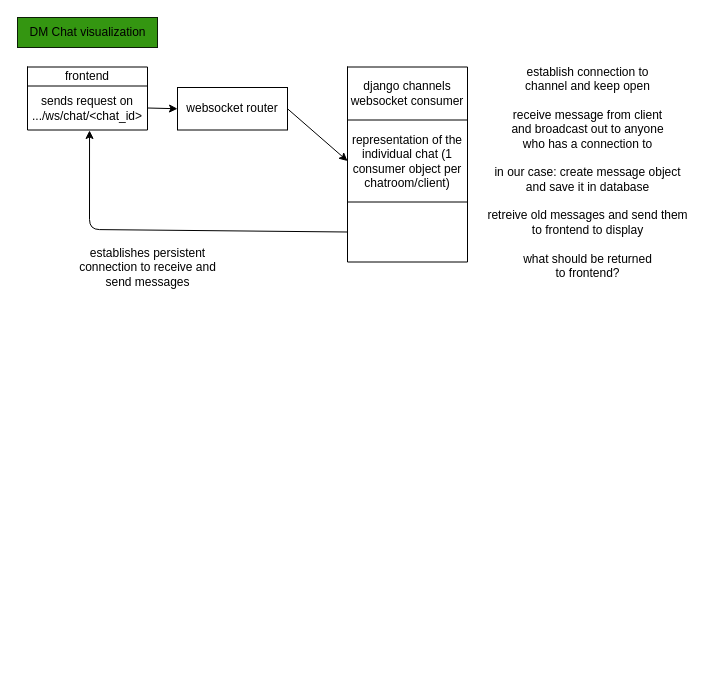
The draw.io diagram docs/dm_chat.drawio in vasilisalmpanis/ft_trancendence, before the edit. Source tidied: cells renumbered, new cells numbered last; positions are measured from the earlier drawing's top-left corner, leaving out a move shared by most shapes. Both pictures are drawn from the tidied source at 100%, with x=0, y=0 at pixel (17, 17).
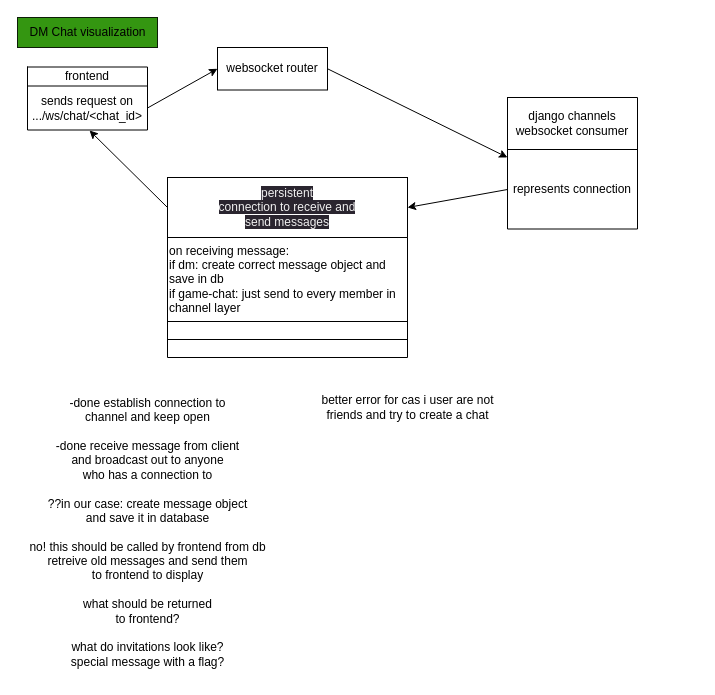
The same diagram, later.

Commit message (it also covers changes not shown here):
chat ws consumer update

Unchanged cells that the change refers to:
```xml
<mxCell id="8" style="shape=tableRow;horizontal=0;startSize=0;swimlaneHead=0;swimlaneBody=0;top=0;left=0;bottom=0;right=0;fillColor=none;points=[[0,0.5],[1,0.5]];portConstraint=eastwest;shadow=0;" parent="5" vertex="1">
  <mxGeometry y="19" width="120" height="44" as="geometry" />
</mxCell>
```

Change to the diagram source:
```diff
@@
-    <mxCell id="3" style="edgeStyle=none;html=1;exitX=1;exitY=0.5;exitDx=0;exitDy=0;entryX=0;entryY=0.5;entryDx=0;entryDy=0;" parent="1" edge="1" source="4" target="13">
+    <mxCell id="3" style="edgeStyle=none;html=1;exitX=1;exitY=0.5;exitDx=0;exitDy=0;" parent="1" edge="1" source="4" target="13">
       <mxGeometry relative="1" as="geometry" />
     </mxCell>
     <mxCell id="4" value="websocket router" style="whiteSpace=wrap;html=1;shadow=0;" parent="1" vertex="1">
-      <mxGeometry x="160" y="70" width="110" height="42.5" as="geometry" />
+      <mxGeometry x="200" y="30" width="110" height="42.5" as="geometry" />
     </mxCell>
@@
     <mxCell id="10" style="shape=table;startSize=0;childLayout=tableLayout;shadow=0;" parent="1" vertex="1">
-      <mxGeometry x="330" y="49.5" width="120" height="195" as="geometry" />
+      <mxGeometry x="490" y="80" width="130" height="131.5" as="geometry" />
     </mxCell>
     <mxCell id="11" style="shape=tableRow;horizontal=0;startSize=0;swimlaneHead=0;swimlaneBody=0;top=0;left=0;bottom=0;right=0;fillColor=none;shadow=0;" parent="10" vertex="1">
-      <mxGeometry width="120" height="53" as="geometry" />
+      <mxGeometry width="130" height="52" as="geometry" />
     </mxCell>
     <mxCell id="12" value="django channels websocket consumer" style="shape=partialRectangle;html=1;whiteSpace=wrap;overflow=hidden;fillColor=none;top=0;left=0;bottom=0;right=0;shadow=0;" parent="11" vertex="1">
-      <mxGeometry width="120" height="53" as="geometry" />
+      <mxGeometry width="130" height="52" as="geometry" />
     </mxCell>
     <mxCell id="13" style="shape=tableRow;horizontal=0;startSize=0;swimlaneHead=0;swimlaneBody=0;top=0;left=0;bottom=0;right=0;fillColor=none;points=[[0,0.5],[1,0.5]];portConstraint=eastwest;shadow=0;" parent="10" vertex="1">
-      <mxGeometry y="53" width="120" height="82" as="geometry" />
+      <mxGeometry y="52" width="130" height="80" as="geometry" />
     </mxCell>
-    <mxCell id="14" value="representation of the&lt;br&gt;individual chat (1 consumer object per chatroom/client)" style="shape=partialRectangle;html=1;whiteSpace=wrap;overflow=hidden;fillColor=none;top=0;left=0;bottom=0;right=0;shadow=0;" parent="13" vertex="1">
-      <mxGeometry width="120" height="82" as="geometry" />
+    <mxCell id="14" value="represents connection" style="shape=partialRectangle;html=1;whiteSpace=wrap;overflow=hidden;fillColor=none;top=0;left=0;bottom=0;right=0;shadow=0;" parent="13" vertex="1">
+      <mxGeometry width="130" height="80" as="geometry" />
     </mxCell>
-    <mxCell id="15" style="shape=tableRow;horizontal=0;startSize=0;swimlaneHead=0;swimlaneBody=0;top=0;left=0;bottom=0;right=0;fillColor=none;points=[[0,0.5],[1,0.5]];portConstraint=eastwest;shadow=0;" parent="10" vertex="1">
-      <mxGeometry y="135" width="120" height="60" as="geometry" />
-    </mxCell>
-    <mxCell id="16" style="shape=partialRectangle;html=1;whiteSpace=wrap;overflow=hidden;fillColor=none;top=0;left=0;bottom=0;right=0;shadow=0;" parent="15" vertex="1">
-      <mxGeometry width="120" height="60" as="geometry" />
-    </mxCell>
-    <mxCell id="17" value="establish connection to&lt;br&gt;channel and keep open&lt;br&gt;&lt;br&gt;receive message from client&lt;br&gt;and broadcast out to anyone&lt;br&gt;who has a connection to&lt;br&gt;&lt;br&gt;in our case: create message object&lt;br&gt;and save it in database&lt;br&gt;&lt;br&gt;retreive old messages and send them&lt;br&gt;to frontend to display&lt;br&gt;&lt;br&gt;what should be returned&lt;br&gt;to frontend?" style="text;html=1;align=center;verticalAlign=middle;strokeColor=none;fillColor=none;shadow=0;" parent="1" vertex="1">
-      <mxGeometry x="460" y="40" width="220" height="230" as="geometry" />
+    <mxCell id="17" value="-done establish connection to&lt;br&gt;channel and keep open&lt;br&gt;&lt;br&gt;-done receive message from client&lt;br&gt;and broadcast out to anyone&lt;br&gt;who has a connection to&lt;br&gt;&lt;br&gt;??in our case: create message object&lt;br&gt;and save it in database&lt;br&gt;&lt;br&gt;no! this should be called by frontend from db&lt;br&gt;retreive old messages and send them&lt;br&gt;to frontend to display&lt;br&gt;&lt;br&gt;what should be returned&lt;br&gt;to frontend?&lt;br&gt;&lt;br&gt;what do invitations look like? &lt;br&gt;special message with a flag?" style="text;html=1;align=center;verticalAlign=middle;strokeColor=none;fillColor=none;shadow=0;" parent="1" vertex="1">
+      <mxGeometry y="370" width="260" height="290" as="geometry" />
     </mxCell>
@@
-    <mxCell id="19" style="edgeStyle=none;html=1;exitX=0;exitY=0.5;exitDx=0;exitDy=0;entryX=0.517;entryY=1.011;entryDx=0;entryDy=0;entryPerimeter=0;" parent="1" edge="1" source="15" target="8">
-      <mxGeometry relative="1" as="geometry">
-        <Array as="points">
-          <mxPoint x="72" y="212" />
-        </Array>
-      </mxGeometry>
+    <mxCell id="19" style="edgeStyle=none;html=1;exitX=0;exitY=0.5;exitDx=0;exitDy=0;entryX=0.517;entryY=1.011;entryDx=0;entryDy=0;entryPerimeter=0;startArrow=none;" parent="1" edge="1" source="21" target="8">
+      <mxGeometry relative="1" as="geometry" />
     </mxCell>
-    <mxCell id="20" value="establishes persistent&lt;br&gt;connection to receive and&lt;br&gt;send messages" style="text;html=1;align=center;verticalAlign=middle;strokeColor=none;fillColor=none;" parent="1" vertex="1">
-      <mxGeometry x="50" y="220" width="160" height="60" as="geometry" />
-    </mxCell>
+    <mxCell id="21" value="&lt;span style=&quot;color: rgb(240, 240, 240); font-family: Helvetica; font-size: 12px; font-style: normal; font-variant-ligatures: normal; font-variant-caps: normal; font-weight: 400; letter-spacing: normal; orphans: 2; text-align: center; text-indent: 0px; text-transform: none; widows: 2; word-spacing: 0px; -webkit-text-stroke-width: 0px; background-color: rgb(42, 37, 47); text-decoration-thickness: initial; text-decoration-style: initial; text-decoration-color: initial; float: none; display: inline !important;&quot;&gt;persistent&lt;/span&gt;&lt;br style=&quot;border-color: rgb(0, 0, 0); color: rgb(240, 240, 240); font-family: Helvetica; font-size: 12px; font-style: normal; font-variant-ligatures: normal; font-variant-caps: normal; font-weight: 400; letter-spacing: normal; orphans: 2; text-align: center; text-indent: 0px; text-transform: none; widows: 2; word-spacing: 0px; -webkit-text-stroke-width: 0px; background-color: rgb(42, 37, 47); text-decoration-thickness: initial; text-decoration-style: initial; text-decoration-color: initial;&quot;&gt;&lt;span style=&quot;color: rgb(240, 240, 240); font-family: Helvetica; font-size: 12px; font-style: normal; font-variant-ligatures: normal; font-variant-caps: normal; font-weight: 400; letter-spacing: normal; orphans: 2; text-align: center; text-indent: 0px; text-transform: none; widows: 2; word-spacing: 0px; -webkit-text-stroke-width: 0px; background-color: rgb(42, 37, 47); text-decoration-thickness: initial; text-decoration-style: initial; text-decoration-color: initial; float: none; display: inline !important;&quot;&gt;connection to receive and&lt;/span&gt;&lt;br style=&quot;border-color: rgb(0, 0, 0); color: rgb(240, 240, 240); font-family: Helvetica; font-size: 12px; font-style: normal; font-variant-ligatures: normal; font-variant-caps: normal; font-weight: 400; letter-spacing: normal; orphans: 2; text-align: center; text-indent: 0px; text-transform: none; widows: 2; word-spacing: 0px; -webkit-text-stroke-width: 0px; background-color: rgb(42, 37, 47); text-decoration-thickness: initial; text-decoration-style: initial; text-decoration-color: initial;&quot;&gt;&lt;span style=&quot;color: rgb(240, 240, 240); font-family: Helvetica; font-size: 12px; font-style: normal; font-variant-ligatures: normal; font-variant-caps: normal; font-weight: 400; letter-spacing: normal; orphans: 2; text-align: center; text-indent: 0px; text-transform: none; widows: 2; word-spacing: 0px; -webkit-text-stroke-width: 0px; background-color: rgb(42, 37, 47); text-decoration-thickness: initial; text-decoration-style: initial; text-decoration-color: initial; float: none; display: inline !important;&quot;&gt;send messages&lt;/span&gt;" style="whiteSpace=wrap;html=1;" parent="1" vertex="1">
+      <mxGeometry x="150" y="160" width="240" height="60" as="geometry" />
+    </mxCell>
+    <mxCell id="22" style="edgeStyle=none;html=1;exitX=0;exitY=0.5;exitDx=0;exitDy=0;entryX=1;entryY=0.5;entryDx=0;entryDy=0;" parent="1" edge="1" source="13" target="21">
+      <mxGeometry relative="1" as="geometry" />
+    </mxCell>
+    <mxCell id="23" style="shape=table;startSize=0;childLayout=tableLayout;" parent="1" vertex="1">
+      <mxGeometry x="150" y="220" width="240" height="120" as="geometry" />
+    </mxCell>
+    <mxCell id="24" style="shape=tableRow;horizontal=0;startSize=0;swimlaneHead=0;swimlaneBody=0;top=0;left=0;bottom=0;right=0;fillColor=none;" parent="23" vertex="1">
+      <mxGeometry width="240" height="84" as="geometry" />
+    </mxCell>
+    <mxCell id="25" value="on receiving message: &lt;br&gt;&lt;div style=&quot;&quot;&gt;&lt;span style=&quot;background-color: initial;&quot;&gt;if dm: create correct message object and save in db&lt;/span&gt;&lt;/div&gt;&lt;div style=&quot;&quot;&gt;&lt;span style=&quot;background-color: initial;&quot;&gt;if game-chat: just send to every member in&lt;br&gt;channel layer&lt;/span&gt;&lt;/div&gt;" style="shape=partialRectangle;html=1;whiteSpace=wrap;overflow=hidden;fillColor=none;top=0;left=0;bottom=0;right=0;align=left;" parent="24" vertex="1">
+      <mxGeometry width="240" height="84" as="geometry" />
+    </mxCell>
+    <mxCell id="26" style="shape=tableRow;horizontal=0;startSize=0;swimlaneHead=0;swimlaneBody=0;top=0;left=0;bottom=0;right=0;fillColor=none;" parent="23" vertex="1">
+      <mxGeometry y="84" width="240" height="18" as="geometry" />
+    </mxCell>
+    <mxCell id="27" style="shape=partialRectangle;html=1;whiteSpace=wrap;overflow=hidden;fillColor=none;top=0;left=0;bottom=0;right=0;" parent="26" vertex="1">
+      <mxGeometry width="240" height="18" as="geometry" />
+    </mxCell>
+    <mxCell id="28" style="shape=tableRow;horizontal=0;startSize=0;swimlaneHead=0;swimlaneBody=0;top=0;left=0;bottom=0;right=0;fillColor=none;" parent="23" vertex="1">
+      <mxGeometry y="102" width="240" height="18" as="geometry" />
+    </mxCell>
+    <mxCell id="29" style="shape=partialRectangle;html=1;whiteSpace=wrap;overflow=hidden;fillColor=none;top=0;left=0;bottom=0;right=0;" parent="28" vertex="1">
+      <mxGeometry width="240" height="18" as="geometry" />
+    </mxCell>
+    <mxCell id="30" value="better error for cas i user are not&lt;br&gt;friends and try to create a chat" style="text;html=1;align=center;verticalAlign=middle;strokeColor=none;fillColor=none;" parent="1" vertex="1">
+      <mxGeometry x="290" y="370" width="200" height="40" as="geometry" />
+    </mxCell>
```
